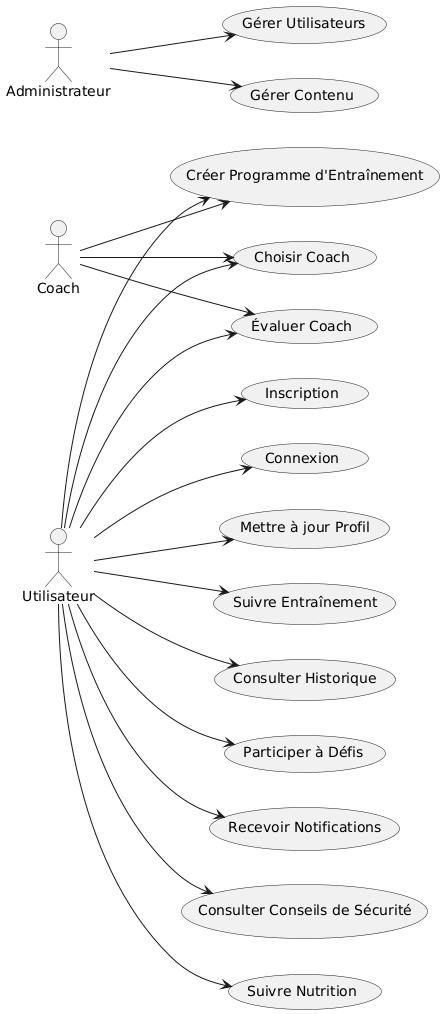
Earlier version of the PlantUML export Conceptiopn/diagramme use case.png (RedOuadi/Fil_Rouge).
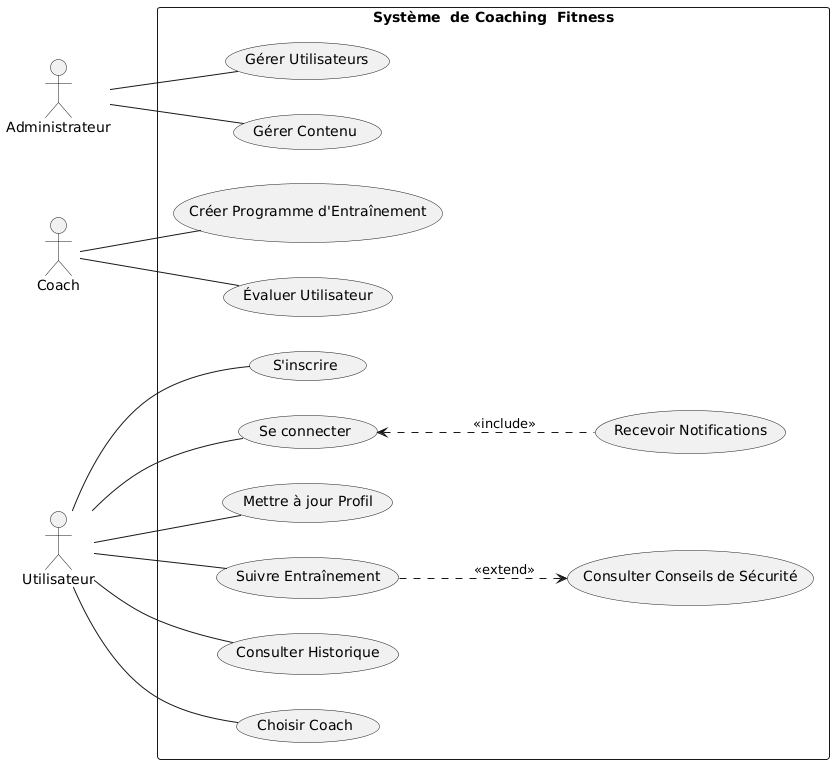
Later version of the same file.

Commit message:
Update dans digramme use case

What changed in the source:
```diff
@@ -1,43 +1,41 @@
 @startuml
-actor Utilisateur
-actor Coach
-actor Administrateur
 left to right direction
+rectangle "Système  de Coaching  Fitness" {
+  (Gérer Utilisateurs)
+  (Gérer Contenu)
 
-usecase "Inscription" as UC1
-usecase "Connexion" as UC2
-usecase "Mettre à jour Profil" as UC3
+  (Créer Programme d'Entraînement)
+  (Évaluer Utilisateur)
 
-usecase "Créer Programme d'Entraînement" as UC5
-usecase "Suivre Entraînement" as UC6
-usecase "Consulter Historique" as UC7
-usecase "Participer à Défis" as UC8
-usecase "Recevoir Notifications" as UC9
-usecase "Consulter Conseils de Sécurité" as UC10
-usecase "Suivre Nutrition" as UC11
-usecase "Choisir Coach" as UC12
-usecase "Évaluer Coach" as UC13
-usecase "Gérer Utilisateurs" as UC14
-usecase "Gérer Contenu" as UC15
+  (S'inscrire)
+  (Se connecter)
+  (Mettre à jour Profil)
+  (Suivre Entraînement)
+  (Consulter Historique)
 
-Utilisateur --> UC1
-Utilisateur --> UC2
-Utilisateur --> UC3
 
-Utilisateur --> UC5
-Utilisateur --> UC6
-Utilisateur --> UC7
-Utilisateur --> UC8
-Utilisateur --> UC9
-Utilisateur --> UC10
-Utilisateur --> UC11
-Utilisateur --> UC12
-Utilisateur --> UC13
+  (Recevoir Notifications)
+  (Consulter Conseils de Sécurité)
+  (Choisir Coach)
+}
 
-Coach --> UC5
-Coach --> UC12
-Coach --> UC13
+:Administrateur:
+:Coach:
+:Utilisateur:
 
-Administrateur --> UC14
-Administrateur --> UC15
+Administrateur -- (Gérer Utilisateurs)
+Administrateur -- (Gérer Contenu)
+
+Coach -- (Créer Programme d'Entraînement)
+Coach -- (Évaluer Utilisateur)
+
+Utilisateur -- (S'inscrire)
+Utilisateur -- (Se connecter)
+Utilisateur -- (Mettre à jour Profil)
+Utilisateur -- (Suivre Entraînement)
+Utilisateur -- (Consulter Historique)
+Utilisateur -- (Choisir Coach)
+
+(Se connecter) <.. (Recevoir Notifications) : <<include>>
+(Suivre Entraînement) ..> (Consulter Conseils de Sécurité) : <<extend>>
 @enduml
```
